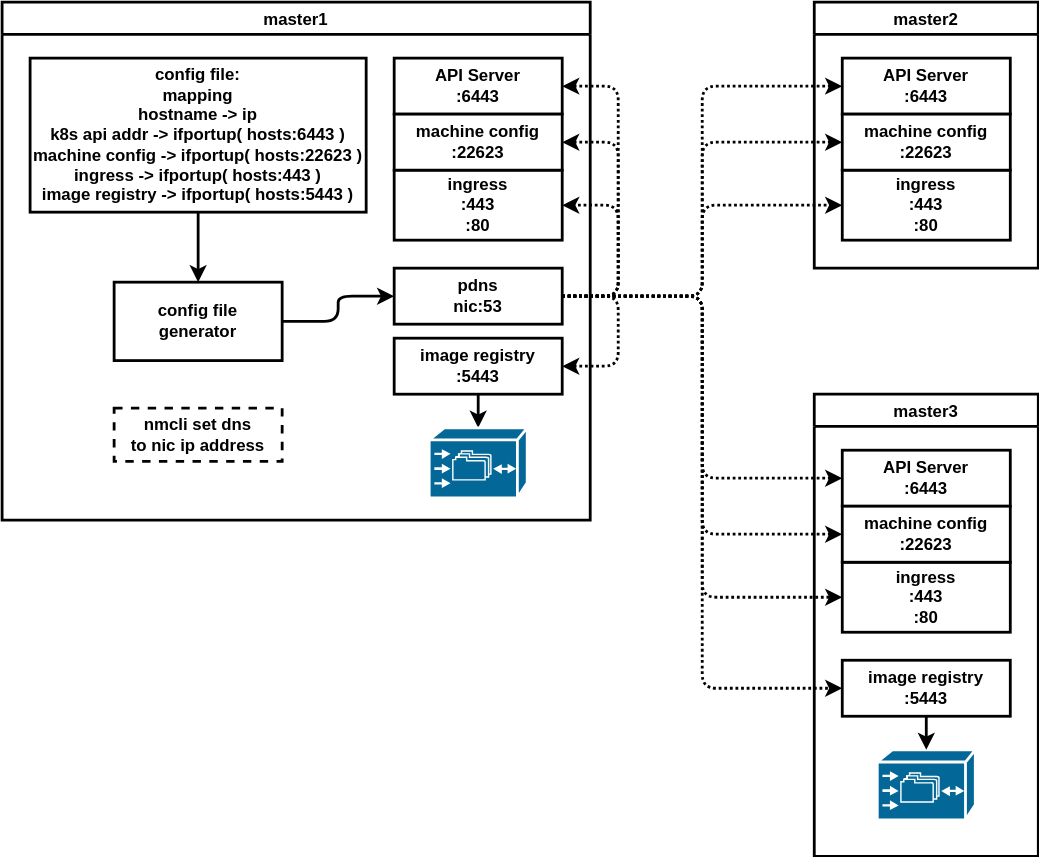
Earlier version of the draw.io export redhat/ocp4/4.10/dia/4.10.embed.dns.haproxy.registry.drawio.svg (wangzheng422/docker_env). Source tidied: cells renumbered, new cells last; positions are measured from the earlier drawing's top-left corner, leaving out a move shared by most shapes.
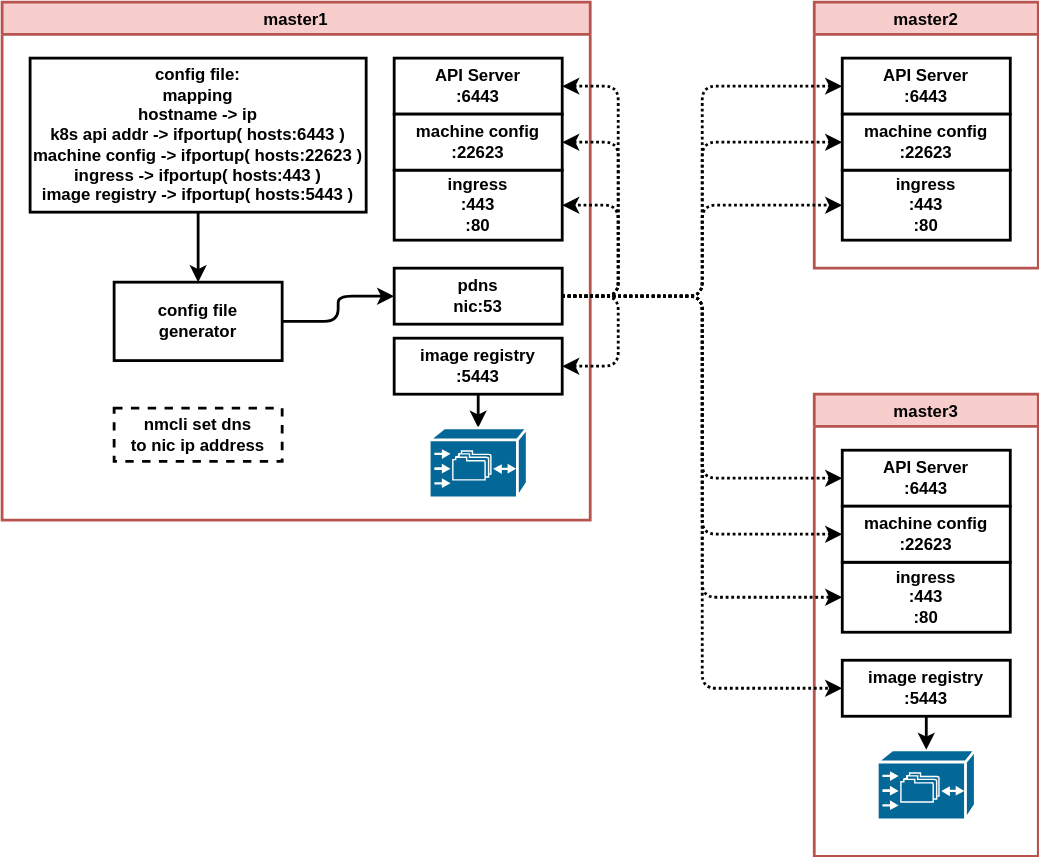
The same file after the commit.

The edit, as a diff of the source:
```diff
@@ -2,7 +2,7 @@
   <root>
     <mxCell id="0" />
     <mxCell id="1" parent="0" />
-    <mxCell id="2" value="master1" style="swimlane;strokeWidth=2;" parent="1" vertex="1">
+    <mxCell id="2" value="master1" style="swimlane;strokeWidth=2;fillColor=#f8cecc;strokeColor=#b85450;" parent="1" vertex="1">
       <mxGeometry width="420" height="370" as="geometry" />
     </mxCell>
     <mxCell id="3" value="API Server&lt;br&gt;:6443" style="rounded=0;whiteSpace=wrap;html=1;strokeWidth=2;fontStyle=1;" parent="2" vertex="1">
@@ -73,7 +73,7 @@
         </Array>
       </mxGeometry>
     </mxCell>
-    <mxCell id="19" value="master2" style="swimlane;strokeWidth=2;" parent="1" vertex="1">
+    <mxCell id="19" value="master2" style="swimlane;strokeWidth=2;fillColor=#f8cecc;strokeColor=#b85450;" parent="1" vertex="1">
       <mxGeometry x="580" width="160" height="190" as="geometry" />
     </mxCell>
     <mxCell id="20" value="API Server&lt;br&gt;:6443" style="rounded=0;whiteSpace=wrap;html=1;strokeWidth=2;fontStyle=1;" parent="19" vertex="1">
@@ -85,7 +85,7 @@
     <mxCell id="22" value="machine config&lt;br&gt;:22623" style="rounded=0;whiteSpace=wrap;html=1;strokeWidth=2;fontStyle=1;" parent="19" vertex="1">
       <mxGeometry x="20" y="80" width="120" height="40" as="geometry" />
     </mxCell>
-    <mxCell id="23" value="master3" style="swimlane;strokeWidth=2;" parent="1" vertex="1">
+    <mxCell id="23" value="master3" style="swimlane;strokeWidth=2;fillColor=#f8cecc;strokeColor=#b85450;" parent="1" vertex="1">
       <mxGeometry x="580" y="280" width="160" height="330" as="geometry" />
     </mxCell>
     <mxCell id="24" value="API Server&lt;br&gt;:6443" style="rounded=0;whiteSpace=wrap;html=1;strokeWidth=2;fontStyle=1;" parent="23" vertex="1">
```
